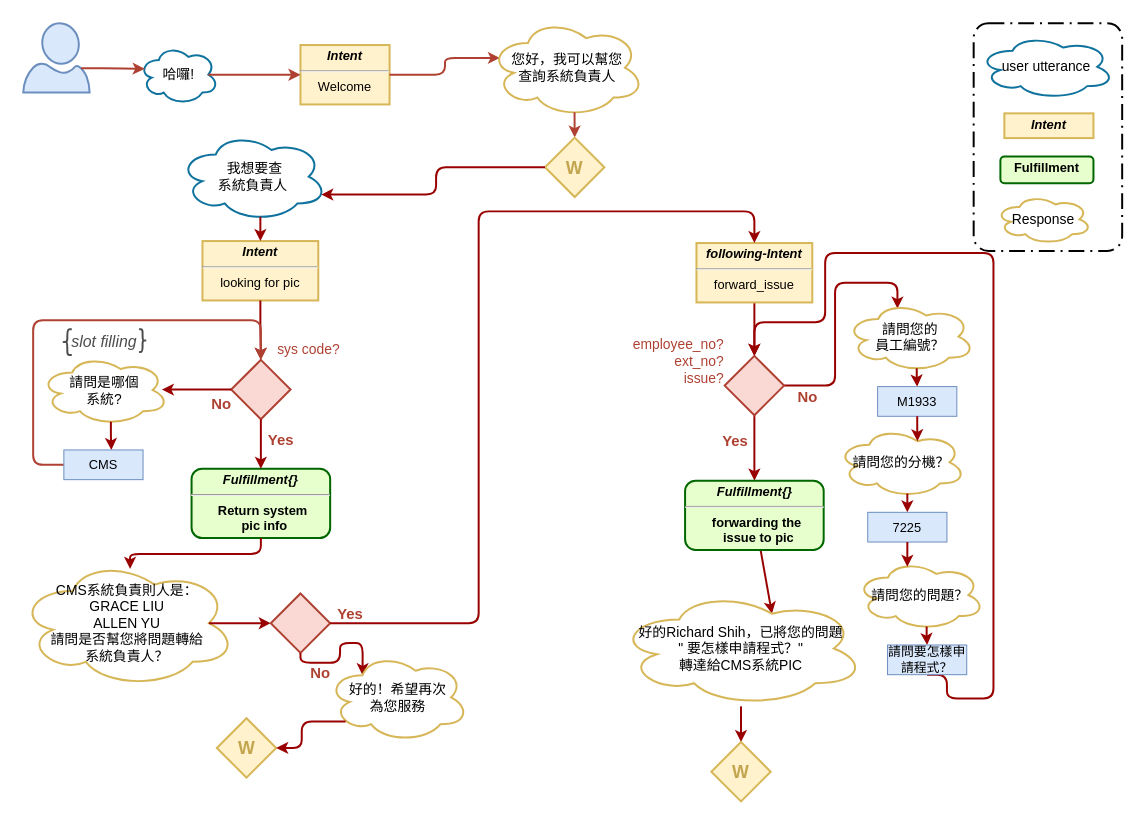
Before: page "system_pic" (1 of 4) of resources/assets/qa_bot dialog flow.drawio in shihxuancheng/qa_bot, a draw.io diagram. Source tidied: cells renumbered, new cells numbered last; positions are measured from the earlier drawing's top-left corner, leaving out a move shared by most shapes. Both pictures are drawn from the tidied source at 99%, with x=0, y=0 at pixel (18, 18).
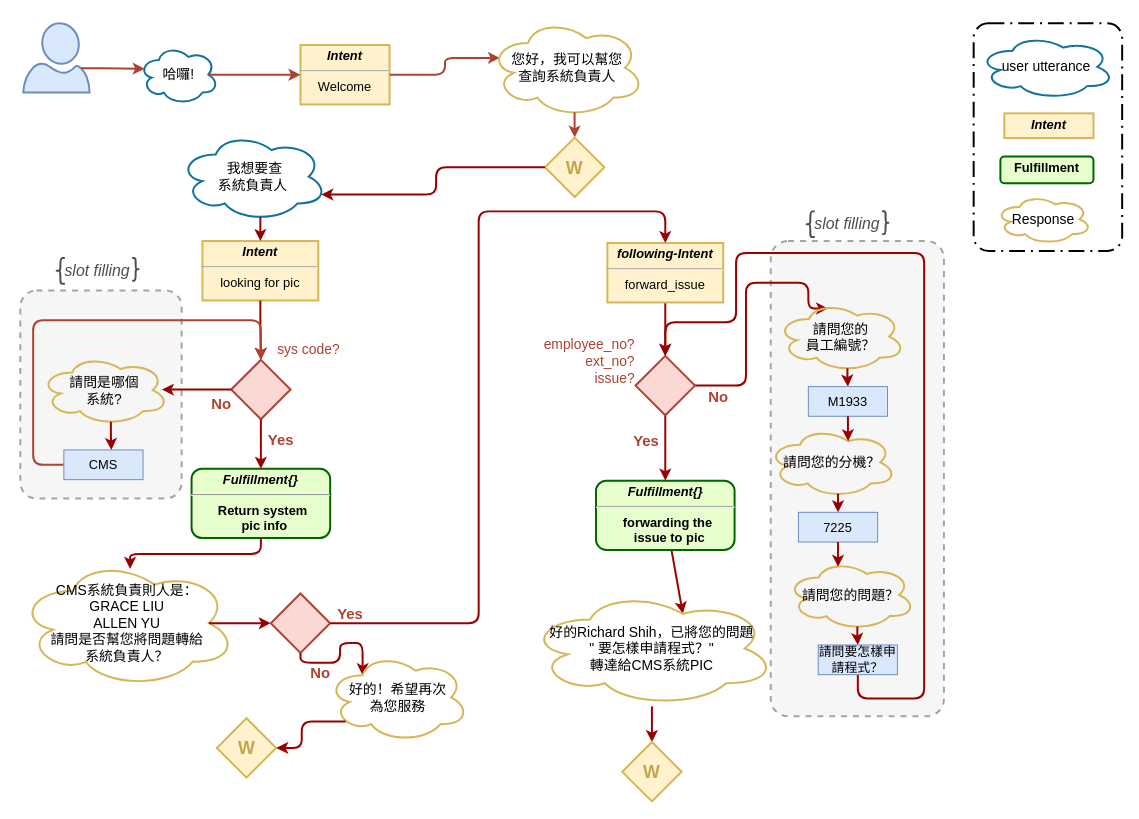
Above is the later version.

Unchanged cells that the change refers to:
```xml
<mxCell id="32" value="&lt;p style=&quot;line-height: 100%&quot;&gt;&lt;br&gt;&lt;/p&gt;" style="strokeWidth=2;html=1;shape=mxgraph.flowchart.decision;whiteSpace=wrap;shadow=0;fillColor=#fad9d5;fontSize=13;labelBorderColor=none;strokeColor=#ae4132;spacing=0;" parent="1" vertex="1">
  <mxGeometry x="255" y="581" width="60" height="60" as="geometry" />
</mxCell>
```

Change to the diagram source:
```diff
@@
+    <mxCell id="72" style="rounded=1;arcSize=10;dashed=1;strokeColor=#000000;fillColor=#E6E6E6;gradientColor=none;strokeWidth=2;glass=0;opacity=35;" parent="1" vertex="1">
+      <mxGeometry x="760" y="225" width="175" height="480" as="geometry" />
+    </mxCell>
+    <mxCell id="73" style="rounded=1;arcSize=10;dashed=1;strokeColor=#000000;fillColor=#E6E6E6;gradientColor=none;strokeWidth=2;glass=0;opacity=35;" parent="1" vertex="1">
+      <mxGeometry x="2" y="275" width="163" height="210" as="geometry" />
+    </mxCell>
@@
     <mxCell id="31" value="&lt;p style=&quot;margin: 4px 0px 0px ; font-size: 13px&quot;&gt;&lt;b style=&quot;font-size: 13px&quot;&gt;&lt;i style=&quot;font-size: 13px&quot;&gt;following-Intent&lt;/i&gt;&lt;/b&gt;&lt;/p&gt;&lt;hr style=&quot;font-size: 13px&quot;&gt;&lt;div style=&quot;height: 2px ; font-size: 13px&quot;&gt;forward_issue&lt;/div&gt;" style="verticalAlign=top;align=center;overflow=fill;fontSize=13;fontFamily=Helvetica;html=1;fillColor=#fff2cc;strokeColor=#d6b656;gradientColor=none;strokeWidth=2;" parent="1" vertex="1">
-      <mxGeometry x="685" y="227" width="117" height="60" as="geometry" />
+      <mxGeometry x="595" y="227" width="117" height="60" as="geometry" />
     </mxCell>
@@
     <mxCell id="38" style="strokeColor=#990000;strokeWidth=2;exitX=1;exitY=0.5;exitDx=0;exitDy=0;rounded=1;edgeStyle=orthogonalEdgeStyle;fontSize=13;exitPerimeter=0;entryX=0.5;entryY=0;entryDx=0;entryDy=0;" parent="1" edge="1" source="32" target="31">
       <mxGeometry relative="1" as="geometry">
         <Array as="points">
           <mxPoint x="465" y="611" />
           <mxPoint x="465" y="195" />
-          <mxPoint x="744" y="195" />
+          <mxPoint x="654" y="195" />
         </Array>
       </mxGeometry>
     </mxCell>
@@
     <mxCell id="46" style="edgeStyle=orthogonalEdgeStyle;rounded=1;jettySize=auto;html=1;fontSize=13;strokeColor=#990000;strokeWidth=2;entryX=0.4;entryY=0.1;entryDx=0;entryDy=0;entryPerimeter=0;" parent="1" edge="1" source="47" target="48">
       <mxGeometry relative="1" as="geometry">
         <Array as="points">
-          <mxPoint x="825" y="371" />
-          <mxPoint x="825" y="267" />
-          <mxPoint x="888" y="267" />
+          <mxPoint x="735" y="371" />
+          <mxPoint x="735" y="267" />
+          <mxPoint x="798" y="267" />
         </Array>
       </mxGeometry>
     </mxCell>
     <mxCell id="47" value="&lt;p style=&quot;line-height: 100%&quot;&gt;&lt;br&gt;&lt;/p&gt;" style="strokeWidth=2;html=1;shape=mxgraph.flowchart.decision;whiteSpace=wrap;shadow=0;fillColor=#fad9d5;fontSize=13;labelBorderColor=none;strokeColor=#ae4132;spacing=0;" parent="1" vertex="1">
-      <mxGeometry x="713.5" y="341" width="60" height="60" as="geometry" />
+      <mxGeometry x="623.5" y="341" width="60" height="60" as="geometry" />
     </mxCell>
     <mxCell id="48" value="請問您的&lt;br&gt;員工編號？" style="ellipse;shape=cloud;whiteSpace=wrap;html=1;rounded=0;shadow=0;glass=0;comic=0;strokeColor=#D6B656;strokeWidth=2;fillColor=none;fontSize=14;" parent="1" vertex="1">
-      <mxGeometry x="836" y="286" width="130" height="71" as="geometry" />
+      <mxGeometry x="766" y="286" width="130" height="71" as="geometry" />
     </mxCell>
@@
     <mxCell id="50" value="M1933" style="rounded=0;whiteSpace=wrap;html=1;strokeWidth=1;fontSize=13;fillColor=#dae8fc;strokeColor=#6c8ebf;" parent="1" vertex="1">
-      <mxGeometry x="868" y="372" width="80" height="30" as="geometry" />
+      <mxGeometry x="798" y="372" width="80" height="30" as="geometry" />
     </mxCell>
     <mxCell id="51" value="請問您的分機？" style="ellipse;shape=cloud;whiteSpace=wrap;html=1;rounded=0;shadow=0;glass=0;comic=0;strokeColor=#D6B656;strokeWidth=2;fillColor=none;fontSize=14;" parent="1" vertex="1">
-      <mxGeometry x="827" y="413" width="130" height="71" as="geometry" />
+      <mxGeometry x="757" y="413" width="130" height="71" as="geometry" />
     </mxCell>
     <mxCell id="52" style="strokeColor=#990000;strokeWidth=2;entryX=0.5;entryY=0;entryDx=0;entryDy=0;rounded=1;edgeStyle=elbowEdgeStyle;elbow=vertical;fontSize=13;" parent="1" edge="1" target="53">
       <mxGeometry relative="1" as="geometry">
-        <mxPoint x="898" y="480" as="sourcePoint" />
+        <mxPoint x="828" y="480" as="sourcePoint" />
       </mxGeometry>
     </mxCell>
     <mxCell id="53" value="7225" style="rounded=0;whiteSpace=wrap;html=1;strokeWidth=1;fontSize=13;fillColor=#dae8fc;strokeColor=#6c8ebf;fontColor=#000000;" parent="1" vertex="1">
-      <mxGeometry x="858" y="499" width="80" height="30" as="geometry" />
+      <mxGeometry x="788" y="499" width="80" height="30" as="geometry" />
     </mxCell>
     <mxCell id="54" value="請問您的問題？" style="ellipse;shape=cloud;whiteSpace=wrap;html=1;rounded=0;shadow=0;glass=0;comic=0;strokeColor=#D6B656;strokeWidth=2;fillColor=none;fontSize=14;" parent="1" vertex="1">
-      <mxGeometry x="846" y="547" width="130" height="71" as="geometry" />
+      <mxGeometry x="776" y="547" width="130" height="71" as="geometry" />
     </mxCell>
@@
     <mxCell id="56" style="edgeStyle=orthogonalEdgeStyle;rounded=1;jettySize=auto;html=1;fontSize=13;strokeColor=#990000;strokeWidth=2;entryX=0.5;entryY=0;entryDx=0;entryDy=0;entryPerimeter=0;exitX=0.5;exitY=1;exitDx=0;exitDy=0;" parent="1" edge="1" source="57" target="47">
       <mxGeometry relative="1" as="geometry">
         <Array as="points">
-          <mxPoint x="938" y="663" />
-          <mxPoint x="938" y="687" />
-          <mxPoint x="985" y="687" />
-          <mxPoint x="985" y="237" />
-          <mxPoint x="815" y="237" />
-          <mxPoint x="815" y="307" />
-          <mxPoint x="744" y="307" />
+          <mxPoint x="848" y="687" />
+          <mxPoint x="915" y="687" />
+          <mxPoint x="915" y="237" />
+          <mxPoint x="725" y="237" />
+          <mxPoint x="725" y="307" />
+          <mxPoint x="654" y="307" />
         </Array>
       </mxGeometry>
     </mxCell>
     <mxCell id="57" value="請問要怎樣申請程式？" style="rounded=0;whiteSpace=wrap;html=1;strokeWidth=1;fontSize=13;fillColor=#dae8fc;strokeColor=#6c8ebf;fontColor=#000000;" parent="1" vertex="1">
-      <mxGeometry x="878" y="633" width="80" height="30" as="geometry" />
+      <mxGeometry x="808" y="633" width="80" height="30" as="geometry" />
     </mxCell>
     <mxCell id="58" value="&lt;span style=&quot;font-size: 14px&quot;&gt;employee_no?&lt;br&gt;ext_no?&lt;br&gt;issue?&lt;br&gt;&lt;/span&gt;" style="text;html=1;align=right;verticalAlign=middle;fillColor=none;strokeColor=none;rounded=0;shadow=0;fontSize=13;fontStyle=0;fontColor=#AE4132;" parent="1" vertex="1">
-      <mxGeometry x="603.5" y="317" width="110" height="60" as="geometry" />
+      <mxGeometry x="513.5" y="317" width="110" height="60" as="geometry" />
     </mxCell>
@@
     <mxCell id="62" value="&lt;p style=&quot;margin: 4px 0px 0px ; font-size: 13px&quot;&gt;&lt;strong style=&quot;font-size: 13px&quot;&gt;&lt;i&gt;Fulfillment{}&lt;/i&gt;&lt;/strong&gt;&lt;/p&gt;&lt;hr style=&quot;font-size: 13px&quot;&gt;&lt;p style=&quot;margin: 0px 0px 0px 8px ; font-size: 13px&quot;&gt;forwarding the&amp;nbsp;&lt;/p&gt;&lt;p style=&quot;margin: 0px 0px 0px 8px ; font-size: 13px&quot;&gt;issue to pic&lt;/p&gt;" style="verticalAlign=middle;align=center;overflow=fill;fontSize=13;fontFamily=Helvetica;html=1;rounded=1;fontStyle=1;strokeWidth=2;fillColor=#E6FFCC;strokeColor=#006600;" parent="1" vertex="1">
-      <mxGeometry x="673.5" y="467" width="140" height="70" as="geometry" />
+      <mxGeometry x="583.5" y="467" width="140" height="70" as="geometry" />
     </mxCell>
@@
     <mxCell id="64" value="好的Richard Shih，已將您的問題&lt;br&gt;&quot; 要怎樣申請程式？&quot;&lt;br&gt;轉達給CMS系統PIC" style="ellipse;shape=cloud;whiteSpace=wrap;html=1;rounded=0;shadow=0;glass=0;comic=0;strokeColor=#D6B656;strokeWidth=2;fillColor=none;fontSize=14;" parent="1" vertex="1">
-      <mxGeometry x="605" y="578" width="250" height="117" as="geometry" />
+      <mxGeometry x="515" y="578" width="250" height="117" as="geometry" />
     </mxCell>
     <mxCell id="65" value="&lt;b&gt;&lt;font style=&quot;font-size: 15px&quot;&gt;Yes&lt;/font&gt;&lt;/b&gt;" style="text;html=1;align=center;verticalAlign=middle;fillColor=none;strokeColor=none;rounded=0;shadow=0;fontSize=13;fontColor=#AE4132;" parent="1" vertex="1">
-      <mxGeometry x="703.5" y="417" width="40" height="20" as="geometry" />
+      <mxGeometry x="613.5" y="417" width="40" height="20" as="geometry" />
     </mxCell>
     <mxCell id="66" value="&lt;b&gt;&lt;font style=&quot;font-size: 15px&quot;&gt;No&lt;/font&gt;&lt;/b&gt;" style="text;html=1;align=center;verticalAlign=middle;fillColor=none;strokeColor=none;rounded=0;shadow=0;fontSize=13;fontColor=#AE4132;" parent="1" vertex="1">
-      <mxGeometry x="777" y="372" width="40" height="20" as="geometry" />
+      <mxGeometry x="687" y="372" width="40" height="20" as="geometry" />
     </mxCell>
     <mxCell id="67" value="&lt;p style=&quot;line-height: 100%; font-size: 18px;&quot;&gt;W&lt;/p&gt;" style="strokeWidth=2;html=1;shape=mxgraph.flowchart.decision;whiteSpace=wrap;shadow=0;fillColor=#fff2cc;fontSize=18;labelBorderColor=none;strokeColor=#d6b656;spacing=0;fontStyle=1;fontColor=#C2A54E;" parent="1" vertex="1">
-      <mxGeometry x="700" y="731" width="60" height="60" as="geometry" />
+      <mxGeometry x="610" y="731" width="60" height="60" as="geometry" />
     </mxCell>
     <mxCell id="68" style="group;" parent="1" vertex="1">
-      <mxGeometry x="45" y="314" width="84" height="26" as="geometry" />
+      <mxGeometry x="38" y="242" width="84" height="26" as="geometry" />
     </mxCell>
@@
+    <mxCell id="74" style="group;" parent="1" vertex="1">
+      <mxGeometry x="795.5" y="195" width="84" height="26" as="geometry" />
+    </mxCell>
+    <mxCell id="75" style="shape=curlyBracket;whiteSpace=wrap;html=1;rounded=1;shadow=0;glass=0;comic=0;strokeColor=#4D4D4D;strokeWidth=2;fillColor=none;fontSize=14;align=right;" parent="74" vertex="1">
+      <mxGeometry width="9" height="26" as="geometry" />
+    </mxCell>
+    <mxCell id="76" style="shape=curlyBracket;whiteSpace=wrap;html=1;rounded=1;shadow=0;glass=0;comic=0;strokeColor=#4D4D4D;strokeWidth=2;fillColor=none;fontSize=14;align=right;rotation=180;" parent="74" vertex="1">
+      <mxGeometry x="77" width="7" height="23" as="geometry" />
+    </mxCell>
+    <mxCell id="77" value="slot filling" style="text;align=center;verticalAlign=middle;fillColor=none;strokeColor=none;rounded=0;shadow=0;comic=0;fontSize=16;fontColor=#4D4D4D;fontStyle=2;" parent="74" vertex="1">
+      <mxGeometry x="7" y="1.5" width="70" height="20" as="geometry" />
+    </mxCell>
```
